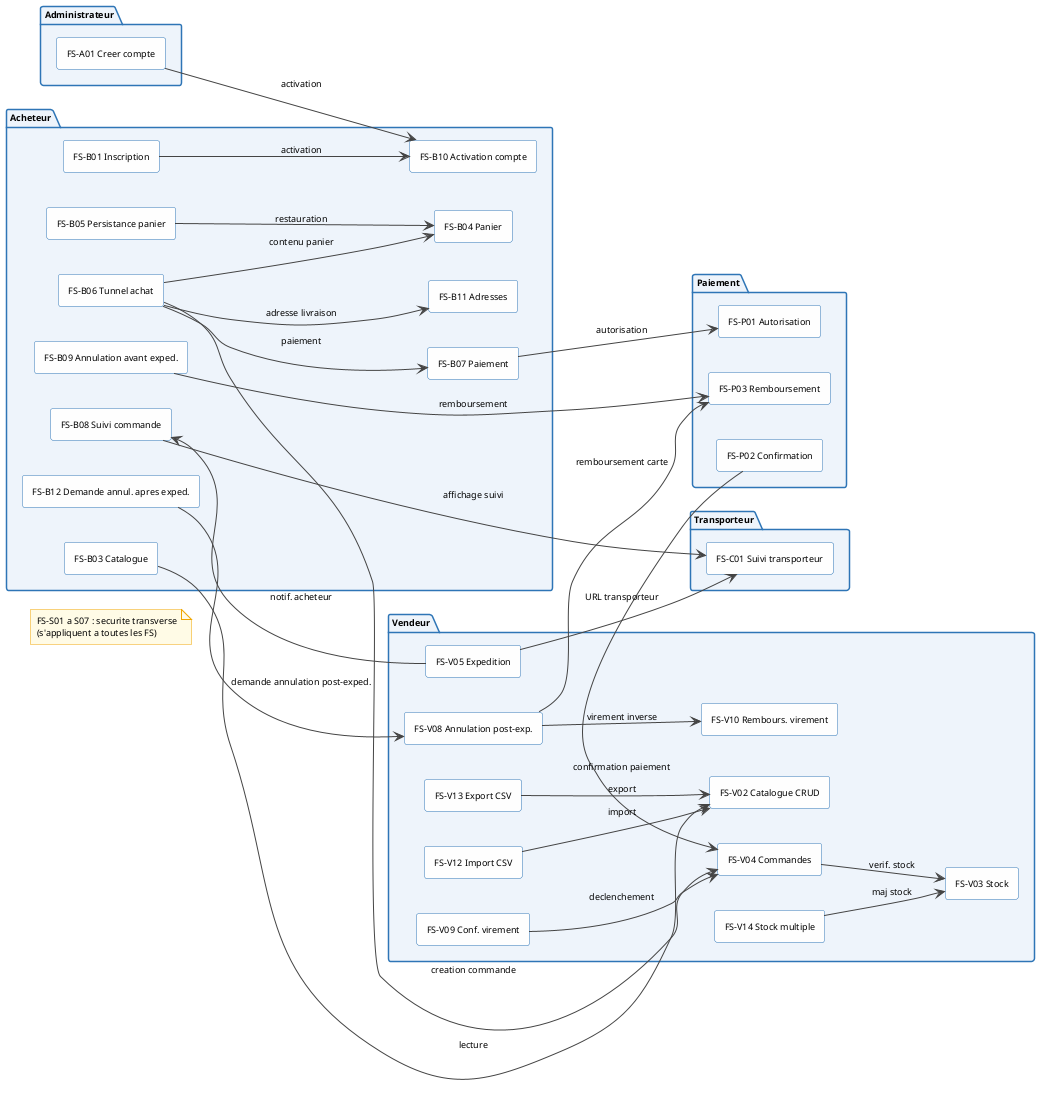
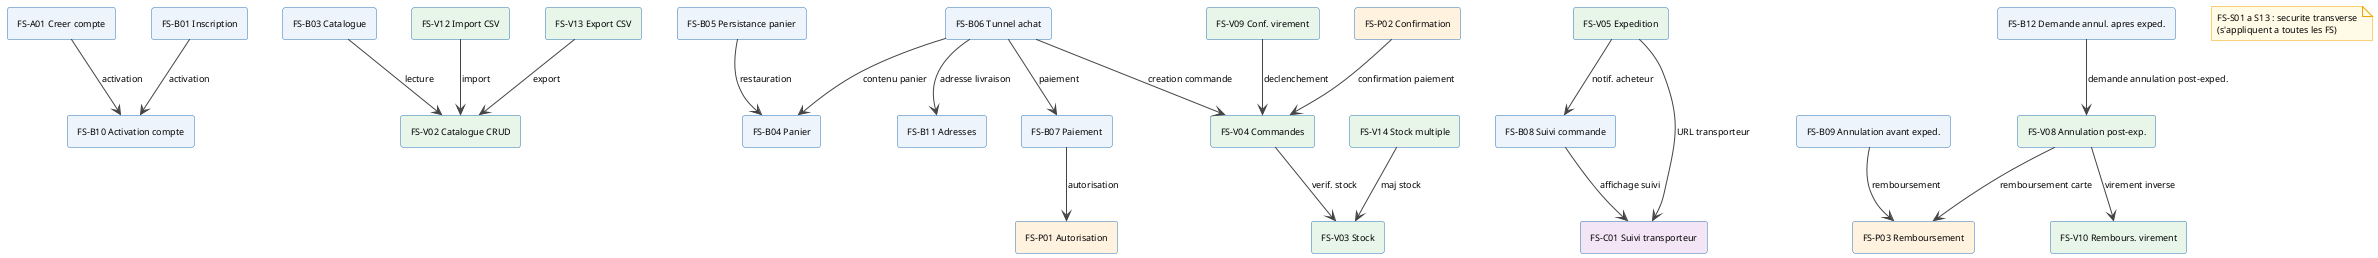
@startuml
- !pragma layout dot
skinparam componentStyle rectangle
skinparam defaultFontSize 9
skinparam shadowing false
skinparam ArrowColor #444444
- skinparam componentBackgroundColor #FEFEFE
- skinparam componentBorderColor #2E75B6
- skinparam packageBackgroundColor #EEF4FB
- skinparam packageBorderColor #2E75B6
skinparam noteBackgroundColor #FFFBE6
skinparam noteBorderColor #F0A500

- left to right direction
- 
- package "Administrateur" {
-   [FS-A01 Creer compte] as FSA01
+ skinparam component {
+   BackgroundColor #FEFEFE
+   BorderColor #2E75B6
}

- package "Acheteur" {
-   [FS-B01 Inscription] as FSB01
-   [FS-B10 Activation compte] as FSB10
-   [FS-B03 Catalogue] as FSB03
-   [FS-B04 Panier] as FSB04
-   [FS-B05 Persistance panier] as FSB05
-   [FS-B11 Adresses] as FSB11
-   [FS-B06 Tunnel achat] as FSB06
-   [FS-B07 Paiement] as FSB07
-   [FS-B08 Suivi commande] as FSB08
-   [FS-B09 Annulation avant exped.] as FSB09
-   [FS-B12 Demande annul. apres exped.] as FSB12
- }
+ ' Administrateur
+ [FS-A01 Creer compte] as FSA01 #EEF4FB

- package "Vendeur" {
-   [FS-V02 Catalogue CRUD] as FSV02
-   [FS-V03 Stock] as FSV03
-   [FS-V04 Commandes] as FSV04
-   [FS-V05 Expedition] as FSV05
-   [FS-V08 Annulation post-exp.] as FSV08
-   [FS-V09 Conf. virement] as FSV09
-   [FS-V10 Rembours. virement] as FSV10
-   [FS-V12 Import CSV] as FSV12
-   [FS-V13 Export CSV] as FSV13
-   [FS-V14 Stock multiple] as FSV14
- }
+ ' Acheteur
+ [FS-B01 Inscription] as FSB01 #EEF4FB
+ [FS-B10 Activation compte] as FSB10 #EEF4FB
+ [FS-B03 Catalogue] as FSB03 #EEF4FB
+ [FS-B04 Panier] as FSB04 #EEF4FB
+ [FS-B05 Persistance panier] as FSB05 #EEF4FB
+ [FS-B11 Adresses] as FSB11 #EEF4FB
+ [FS-B06 Tunnel achat] as FSB06 #EEF4FB
+ [FS-B07 Paiement] as FSB07 #EEF4FB
+ [FS-B08 Suivi commande] as FSB08 #EEF4FB
+ [FS-B09 Annulation avant exped.] as FSB09 #EEF4FB
+ [FS-B12 Demande annul. apres exped.] as FSB12 #EEF4FB

- package "Paiement" {
-   [FS-P01 Autorisation] as FSP01
-   [FS-P02 Confirmation] as FSP02
-   [FS-P03 Remboursement] as FSP03
- }
+ ' Vendeur
+ [FS-V02 Catalogue CRUD] as FSV02 #E8F5E9
+ [FS-V03 Stock] as FSV03 #E8F5E9
+ [FS-V04 Commandes] as FSV04 #E8F5E9
+ [FS-V05 Expedition] as FSV05 #E8F5E9
+ [FS-V08 Annulation post-exp.] as FSV08 #E8F5E9
+ [FS-V09 Conf. virement] as FSV09 #E8F5E9
+ [FS-V10 Rembours. virement] as FSV10 #E8F5E9
+ [FS-V12 Import CSV] as FSV12 #E8F5E9
+ [FS-V13 Export CSV] as FSV13 #E8F5E9
+ [FS-V14 Stock multiple] as FSV14 #E8F5E9

- package "Transporteur" {
-   [FS-C01 Suivi transporteur] as FSC01
- }
+ ' Paiement
+ [FS-P01 Autorisation] as FSP01 #FFF3E0
+ [FS-P02 Confirmation] as FSP02 #FFF3E0
+ [FS-P03 Remboursement] as FSP03 #FFF3E0

- note "FS-S01 a S07 : securite transverse\n(s'appliquent a toutes les FS)" as NoteS
+ ' Transporteur
+ [FS-C01 Suivi transporteur] as FSC01 #F3E5F5
+ 
+ note "FS-S01 a S13 : securite transverse\n(s'appliquent a toutes les FS)" as NoteS

FSA01 --> FSB10 : activation
FSB01 --> FSB10 : activation
FSB03 --> FSV02 : lecture
FSB05 --> FSB04 : restauration
FSB06 --> FSB04 : contenu panier
FSB06 --> FSB11 : adresse livraison
FSB06 --> FSB07 : paiement
FSB06 --> FSV04 : creation commande
FSB07 --> FSP01 : autorisation
FSB08 --> FSC01 : affichage suivi
FSB09 --> FSP03 : remboursement
FSB12 --> FSV08 : demande annulation post-exped.
FSP02 --> FSV04 : confirmation paiement
FSV04 --> FSV03 : verif. stock
FSV05 --> FSC01 : URL transporteur
FSV05 --> FSB08 : notif. acheteur
FSV08 --> FSP03 : remboursement carte
FSV08 --> FSV10 : virement inverse
FSV09 --> FSV04 : declenchement
FSV12 --> FSV02 : import
FSV13 --> FSV02 : export
FSV14 --> FSV03 : maj stock

@enduml
